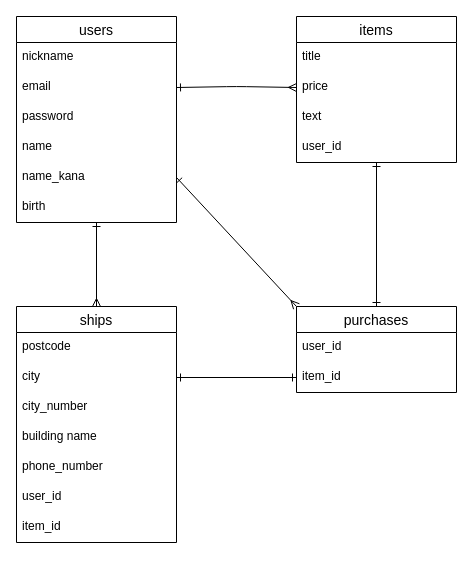
Above: page "ページ1" (1 of 2) of ER.dio in kohei0429/furima-38646 (draw.io), before the change. Source tidied: cells renumbered, new cells numbered last; positions are measured from the earlier drawing's top-left corner, leaving out a move shared by most shapes. Both pictures are drawn from the tidied source at 100%, with x=0, y=0 at pixel (16, 16).
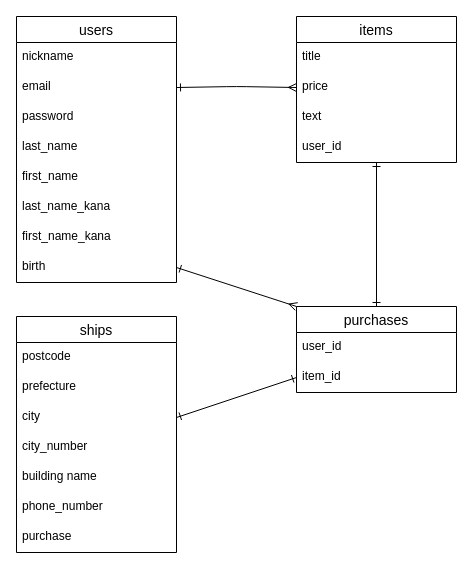
Above is the later version.

Unchanged cells that the change refers to:
```xml
<mxCell id="26" value="purchases" style="swimlane;fontStyle=0;horizontal=1;startSize=26;align=center;fontSize=14;" parent="1" vertex="1">
  <mxGeometry x="280" y="290" width="160" height="86" as="geometry" />
</mxCell>
```

Diff of the diagram source:
```diff
@@
-    <mxCell id="2" style="edgeStyle=none;html=1;entryX=0.5;entryY=0;entryDx=0;entryDy=0;startArrow=ERone;startFill=0;endArrow=ERmany;endFill=0;" parent="1" edge="1" source="3" target="17">
-      <mxGeometry relative="1" as="geometry" />
-    </mxCell>
     <mxCell id="3" value="users" style="swimlane;fontStyle=0;horizontal=1;startSize=26;align=center;fontSize=14;" parent="1" vertex="1">
-      <mxGeometry width="160" height="206" as="geometry" />
+      <mxGeometry width="160" height="266" as="geometry" />
     </mxCell>
@@
+    <mxCell id="31" value="last_name" style="text;strokeColor=none;fillColor=none;spacingLeft=4;spacingRight=4;overflow=hidden;fontSize=12;" parent="3" vertex="1">
+      <mxGeometry y="116" width="160" height="30" as="geometry" />
+    </mxCell>
+    <mxCell id="32" value="first_name" style="text;strokeColor=none;fillColor=none;spacingLeft=4;spacingRight=4;overflow=hidden;fontSize=12;" parent="3" vertex="1">
+      <mxGeometry y="146" width="160" height="30" as="geometry" />
+    </mxCell>
+    <mxCell id="33" value="last_name_kana" style="text;strokeColor=none;fillColor=none;spacingLeft=4;spacingRight=4;overflow=hidden;fontSize=12;" parent="3" vertex="1">
+      <mxGeometry y="176" width="160" height="30" as="geometry" />
+    </mxCell>
-    <mxCell id="7" value="name" style="text;strokeColor=none;fillColor=none;spacingLeft=4;spacingRight=4;overflow=hidden;fontSize=12;" parent="3" vertex="1">
-      <mxGeometry y="116" width="160" height="30" as="geometry" />
+    <mxCell id="7" value="first_name_kana" style="text;strokeColor=none;fillColor=none;spacingLeft=4;spacingRight=4;overflow=hidden;fontSize=12;" parent="3" vertex="1">
+      <mxGeometry y="206" width="160" height="30" as="geometry" />
     </mxCell>
-    <mxCell id="8" value="name_kana" style="text;strokeColor=none;fillColor=none;spacingLeft=4;spacingRight=4;overflow=hidden;points=[[0,0.5],[1,0.5]];portConstraint=eastwest;fontSize=12;" parent="3" vertex="1">
-      <mxGeometry y="146" width="160" height="30" as="geometry" />
-    </mxCell>
     <mxCell id="9" value="birth" style="text;strokeColor=none;fillColor=none;spacingLeft=4;spacingRight=4;overflow=hidden;fontSize=12;" parent="3" vertex="1">
-      <mxGeometry y="176" width="160" height="30" as="geometry" />
+      <mxGeometry y="236" width="160" height="30" as="geometry" />
     </mxCell>
@@
     <mxCell id="17" value="ships" style="swimlane;fontStyle=0;horizontal=1;startSize=26;align=center;fontSize=14;" parent="1" vertex="1">
-      <mxGeometry y="290" width="160" height="236" as="geometry" />
+      <mxGeometry y="300" width="160" height="236" as="geometry" />
     </mxCell>
@@
+    <mxCell id="34" value="prefecture" style="text;strokeColor=none;fillColor=none;spacingLeft=4;spacingRight=4;overflow=hidden;fontSize=12;" parent="17" vertex="1">
+      <mxGeometry y="56" width="160" height="30" as="geometry" />
+    </mxCell>
     <mxCell id="19" value="city" style="text;strokeColor=none;fillColor=none;spacingLeft=4;spacingRight=4;overflow=hidden;points=[[0,0.5],[1,0.5]];portConstraint=eastwest;fontSize=12;" parent="17" vertex="1">
-      <mxGeometry y="56" width="160" height="30" as="geometry" />
+      <mxGeometry y="86" width="160" height="30" as="geometry" />
     </mxCell>
     <mxCell id="20" value="city_number" style="text;strokeColor=none;fillColor=none;spacingLeft=4;spacingRight=4;overflow=hidden;fontSize=12;" parent="17" vertex="1">
-      <mxGeometry y="86" width="160" height="30" as="geometry" />
+      <mxGeometry y="116" width="160" height="30" as="geometry" />
     </mxCell>
     <mxCell id="21" value="building name" style="text;strokeColor=none;fillColor=none;spacingLeft=4;spacingRight=4;overflow=hidden;fontSize=12;" parent="17" vertex="1">
-      <mxGeometry y="116" width="160" height="30" as="geometry" />
+      <mxGeometry y="146" width="160" height="30" as="geometry" />
     </mxCell>
     <mxCell id="22" value="phone_number" style="text;strokeColor=none;fillColor=none;spacingLeft=4;spacingRight=4;overflow=hidden;fontSize=12;" parent="17" vertex="1">
-      <mxGeometry y="146" width="160" height="30" as="geometry" />
+      <mxGeometry y="176" width="160" height="30" as="geometry" />
     </mxCell>
-    <mxCell id="23" value="user_id" style="text;strokeColor=none;fillColor=none;spacingLeft=4;spacingRight=4;overflow=hidden;fontSize=12;" parent="17" vertex="1">
-      <mxGeometry y="176" width="160" height="30" as="geometry" />
+    <mxCell id="23" value="purchase" style="text;strokeColor=none;fillColor=none;spacingLeft=4;spacingRight=4;overflow=hidden;fontSize=12;" parent="17" vertex="1">
+      <mxGeometry y="206" width="160" height="30" as="geometry" />
     </mxCell>
-    <mxCell id="24" value="item_id" style="text;strokeColor=none;fillColor=none;spacingLeft=4;spacingRight=4;overflow=hidden;fontSize=12;" parent="17" vertex="1">
-      <mxGeometry y="206" width="160" height="30" as="geometry" />
-    </mxCell>
@@
-    <mxCell id="30" style="edgeStyle=none;html=1;exitX=1;exitY=0.5;exitDx=0;exitDy=0;entryX=0;entryY=0;entryDx=0;entryDy=0;strokeWidth=1;endArrow=ERmany;endFill=0;startArrow=ERone;startFill=0;" parent="1" edge="1" source="8" target="26">
-      <mxGeometry relative="1" as="geometry" />
+    <mxCell id="30" style="edgeStyle=none;html=1;exitX=1;exitY=0.5;exitDx=0;exitDy=0;entryX=0;entryY=0;entryDx=0;entryDy=0;strokeWidth=1;endArrow=ERmany;endFill=0;startArrow=ERone;startFill=0;" parent="1" edge="1" target="26">
+      <mxGeometry relative="1" as="geometry">
+        <mxPoint x="160" y="251" as="sourcePoint" />
+      </mxGeometry>
     </mxCell>
```
